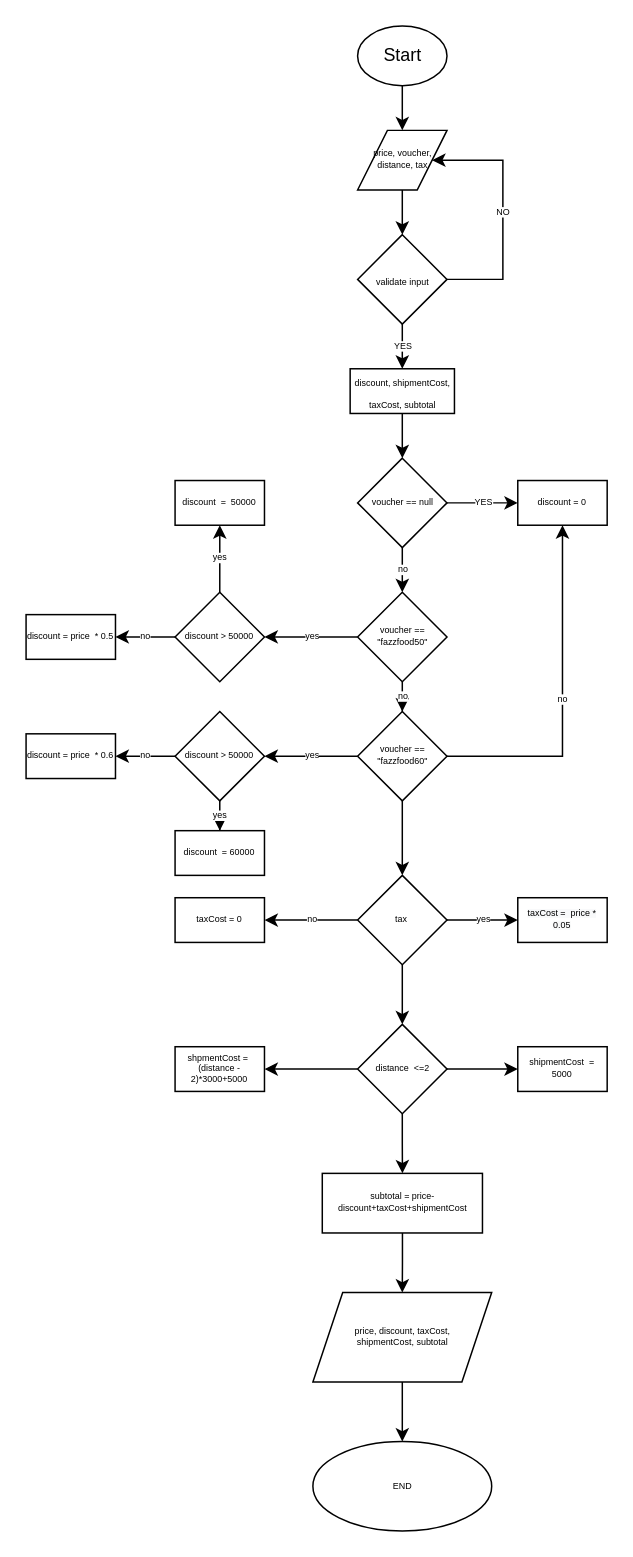
This is fazzFood.drawio from mindkeeper/code-implementation, a draw.io file, before an edit. Source tidied: cells renumbered, new cells numbered last; positions are measured from the earlier drawing's top-left corner, leaving out a move shared by most shapes. Both pictures are drawn from the tidied source at 149%, with x=0, y=0 at pixel (25, 25).
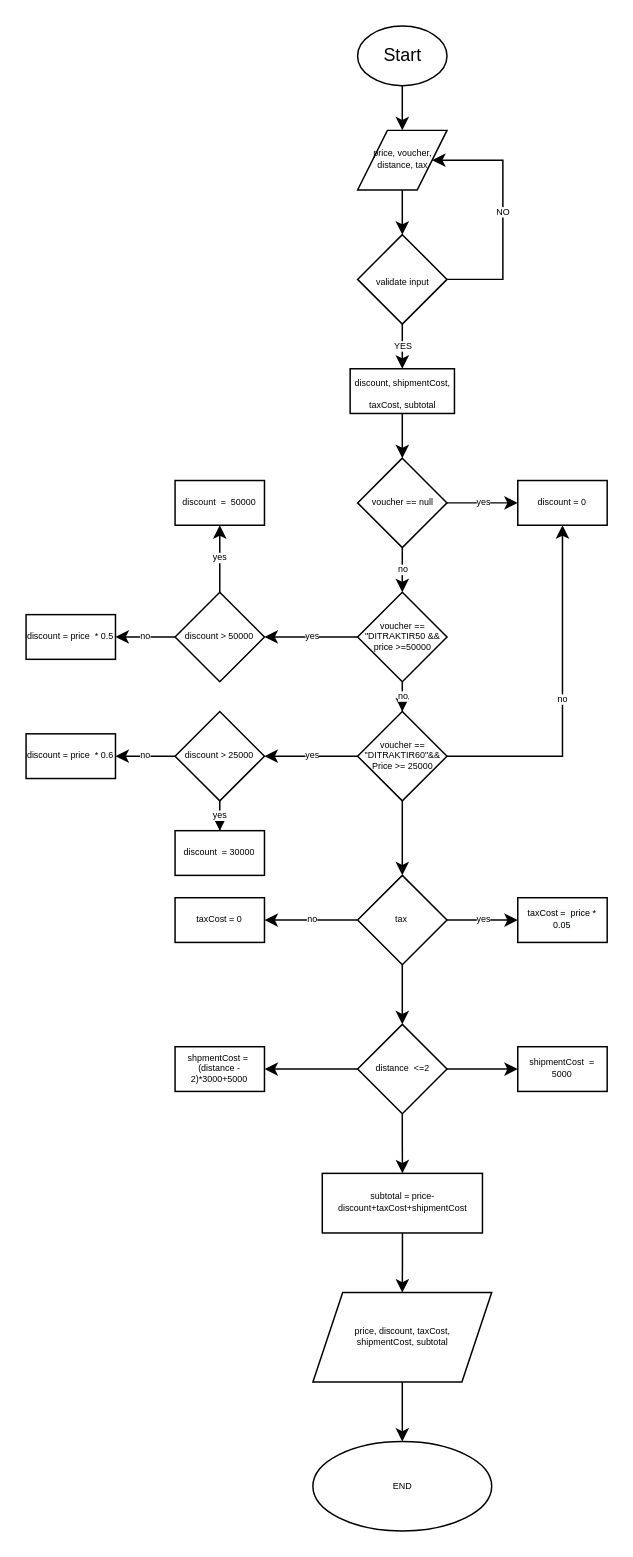
Above is the later version.

Unchanged cells that the change refers to:
```xml
<mxCell id="13" value="voucher == null" style="rhombus;whiteSpace=wrap;html=1;fontSize=6;" parent="1" vertex="1">
  <mxGeometry x="222.5" y="290" width="60" height="60" as="geometry" />
</mxCell>
<mxCell id="14" value="discount = 0" style="whiteSpace=wrap;html=1;fontSize=6;" parent="1" vertex="1">
  <mxGeometry x="330" y="305" width="60" height="30" as="geometry" />
</mxCell>
```

The edit, as a diff of the source:
```diff
@@
-    <mxCell id="11" value="YES" style="edgeStyle=orthogonalEdgeStyle;rounded=0;jettySize=auto;html=1;fontSize=6;" parent="1" edge="1" source="13" target="14">
+    <mxCell id="11" value="yes" style="edgeStyle=orthogonalEdgeStyle;rounded=0;jettySize=auto;html=1;fontSize=6;" parent="1" edge="1" source="13" target="14">
       <mxGeometry relative="1" as="geometry" />
     </mxCell>
@@
-    <mxCell id="18" value="voucher == &quot;fazzfood60&quot;" style="rhombus;whiteSpace=wrap;html=1;fontSize=6;" parent="1" vertex="1">
+    <mxCell id="18" value="voucher == &quot;DITRAKTIR60&quot;&amp;amp;&amp;amp;&lt;br&gt;Price &amp;gt;= 25000" style="rhombus;whiteSpace=wrap;html=1;fontSize=6;" parent="1" vertex="1">
       <mxGeometry x="222.5" y="460" width="60" height="60" as="geometry" />
     </mxCell>
@@
-    <mxCell id="21" value="voucher == &quot;fazzfood50&quot;" style="rhombus;whiteSpace=wrap;html=1;fontSize=6;" parent="1" vertex="1">
+    <mxCell id="21" value="voucher == &quot;DITRAKTIR50 &amp;amp;&amp;amp;&lt;br&gt;price &amp;gt;=50000" style="rhombus;whiteSpace=wrap;html=1;fontSize=6;" parent="1" vertex="1">
       <mxGeometry x="222.5" y="380" width="60" height="60" as="geometry" />
     </mxCell>
@@
-    <mxCell id="29" value="discount &amp;gt; 50000" style="rhombus;whiteSpace=wrap;html=1;fontSize=6;" parent="1" vertex="1">
+    <mxCell id="29" value="discount &amp;gt; 25000" style="rhombus;whiteSpace=wrap;html=1;fontSize=6;" parent="1" vertex="1">
       <mxGeometry x="100" y="460" width="60" height="60" as="geometry" />
     </mxCell>
@@
-    <mxCell id="31" value="discount&amp;nbsp; = 60000" style="whiteSpace=wrap;html=1;fontSize=6;" parent="1" vertex="1">
+    <mxCell id="31" value="discount&amp;nbsp; = 30000" style="whiteSpace=wrap;html=1;fontSize=6;" parent="1" vertex="1">
       <mxGeometry x="100" y="540" width="60" height="30" as="geometry" />
     </mxCell>
```
